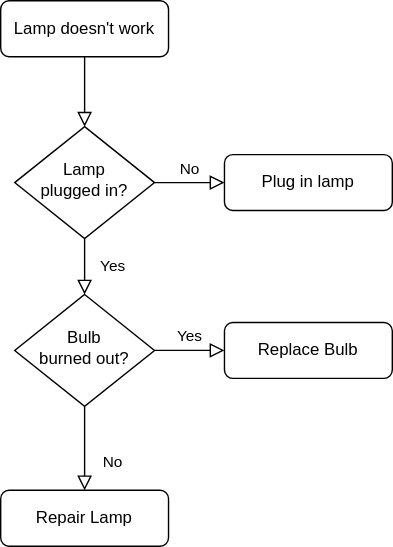
This is test.svg from Jum-99/practice, a draw.io export, as it was before one commit. Source tidied: cells renumbered, new cells last; positions are measured from the earlier drawing's top-left corner, leaving out a move shared by most shapes. Its diagram source:
```xml
<mxGraphModel>
  <root>
    <mxCell id="0" />
    <mxCell id="1" parent="0" />
    <mxCell id="2" style="rounded=0;html=1;jettySize=auto;fontSize=11;endArrow=block;endFill=0;endSize=8;strokeWidth=1;shadow=0;labelBackgroundColor=none;edgeStyle=orthogonalEdgeStyle;" parent="1" edge="1" source="3" target="6">
      <mxGeometry relative="1" as="geometry" />
    </mxCell>
    <mxCell id="3" value="Lamp doesn't work" style="rounded=1;whiteSpace=wrap;html=1;fontSize=12;glass=0;strokeWidth=1;shadow=0;" parent="1" vertex="1">
      <mxGeometry width="120" height="40" as="geometry" />
    </mxCell>
    <mxCell id="4" value="Yes" style="rounded=0;html=1;jettySize=auto;fontSize=11;endArrow=block;endFill=0;endSize=8;strokeWidth=1;shadow=0;labelBackgroundColor=none;edgeStyle=orthogonalEdgeStyle;" parent="1" edge="1" source="6" target="10">
      <mxGeometry y="20" relative="1" as="geometry" />
    </mxCell>
    <mxCell id="5" value="No" style="edgeStyle=orthogonalEdgeStyle;rounded=0;html=1;jettySize=auto;fontSize=11;endArrow=block;endFill=0;endSize=8;strokeWidth=1;shadow=0;labelBackgroundColor=none;" parent="1" edge="1" source="6" target="7">
      <mxGeometry y="10" relative="1" as="geometry" />
    </mxCell>
    <mxCell id="6" value="Lamp&lt;br&gt;plugged in?" style="rhombus;whiteSpace=wrap;html=1;shadow=0;fontFamily=Helvetica;fontSize=12;align=center;strokeWidth=1;spacing=6;spacingTop=-4;" parent="1" vertex="1">
      <mxGeometry x="10" y="90" width="100" height="80" as="geometry" />
    </mxCell>
    <mxCell id="7" value="Plug in lamp" style="rounded=1;whiteSpace=wrap;html=1;fontSize=12;glass=0;strokeWidth=1;shadow=0;" parent="1" vertex="1">
      <mxGeometry x="160" y="110" width="120" height="40" as="geometry" />
    </mxCell>
    <mxCell id="8" value="No" style="rounded=0;html=1;jettySize=auto;fontSize=11;endArrow=block;endFill=0;endSize=8;strokeWidth=1;shadow=0;labelBackgroundColor=none;edgeStyle=orthogonalEdgeStyle;" parent="1" edge="1" source="10" target="11">
      <mxGeometry x="0.33" y="20" relative="1" as="geometry" />
    </mxCell>
    <mxCell id="9" value="Yes" style="edgeStyle=orthogonalEdgeStyle;rounded=0;html=1;jettySize=auto;fontSize=11;endArrow=block;endFill=0;endSize=8;strokeWidth=1;shadow=0;labelBackgroundColor=none;" parent="1" edge="1" source="10" target="12">
      <mxGeometry y="10" relative="1" as="geometry" />
    </mxCell>
    <mxCell id="10" value="Bulb&lt;br&gt;burned out?" style="rhombus;whiteSpace=wrap;html=1;shadow=0;fontFamily=Helvetica;fontSize=12;align=center;strokeWidth=1;spacing=6;spacingTop=-4;" parent="1" vertex="1">
      <mxGeometry x="10" y="210" width="100" height="80" as="geometry" />
    </mxCell>
    <mxCell id="11" value="Repair Lamp" style="rounded=1;whiteSpace=wrap;html=1;fontSize=12;glass=0;strokeWidth=1;shadow=0;" parent="1" vertex="1">
      <mxGeometry y="350" width="120" height="40" as="geometry" />
    </mxCell>
    <mxCell id="12" value="Replace Bulb" style="rounded=1;whiteSpace=wrap;html=1;fontSize=12;glass=0;strokeWidth=1;shadow=0;" parent="1" vertex="1">
      <mxGeometry x="160" y="230" width="120" height="40" as="geometry" />
    </mxCell>
  </root>
</mxGraphModel>
```
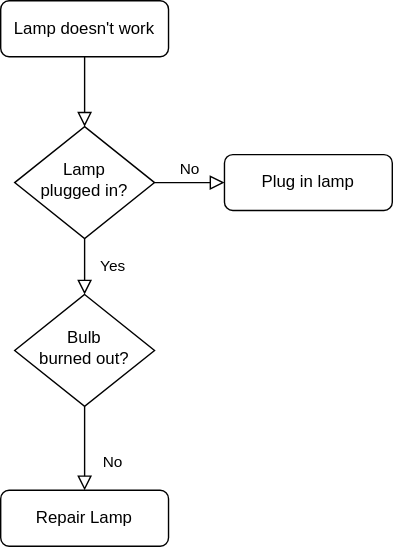
Later version of the same file.

Change to the diagram source:
```diff
@@ -23,17 +23,11 @@
     <mxCell id="8" value="No" style="rounded=0;html=1;jettySize=auto;fontSize=11;endArrow=block;endFill=0;endSize=8;strokeWidth=1;shadow=0;labelBackgroundColor=none;edgeStyle=orthogonalEdgeStyle;" parent="1" edge="1" source="10" target="11">
       <mxGeometry x="0.33" y="20" relative="1" as="geometry" />
     </mxCell>
-    <mxCell id="9" value="Yes" style="edgeStyle=orthogonalEdgeStyle;rounded=0;html=1;jettySize=auto;fontSize=11;endArrow=block;endFill=0;endSize=8;strokeWidth=1;shadow=0;labelBackgroundColor=none;" parent="1" edge="1" source="10" target="12">
-      <mxGeometry y="10" relative="1" as="geometry" />
-    </mxCell>
     <mxCell id="10" value="Bulb&lt;br&gt;burned out?" style="rhombus;whiteSpace=wrap;html=1;shadow=0;fontFamily=Helvetica;fontSize=12;align=center;strokeWidth=1;spacing=6;spacingTop=-4;" parent="1" vertex="1">
       <mxGeometry x="10" y="210" width="100" height="80" as="geometry" />
     </mxCell>
     <mxCell id="11" value="Repair Lamp" style="rounded=1;whiteSpace=wrap;html=1;fontSize=12;glass=0;strokeWidth=1;shadow=0;" parent="1" vertex="1">
       <mxGeometry y="350" width="120" height="40" as="geometry" />
     </mxCell>
-    <mxCell id="12" value="Replace Bulb" style="rounded=1;whiteSpace=wrap;html=1;fontSize=12;glass=0;strokeWidth=1;shadow=0;" parent="1" vertex="1">
-      <mxGeometry x="160" y="230" width="120" height="40" as="geometry" />
-    </mxCell>
   </root>
 </mxGraphModel>
```
